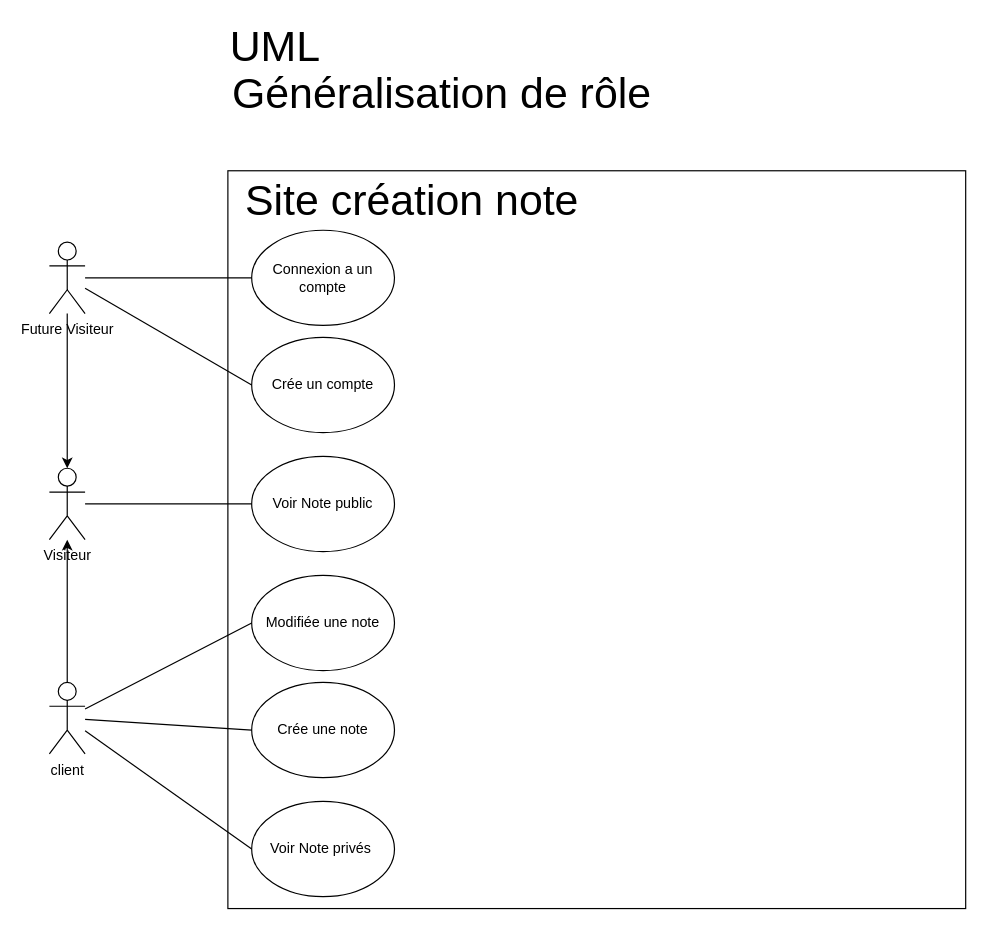
Earlier version of the draw.io diagram docs/uml generasilation de role.drawio (JulesZYTB/notefy_v2). Source tidied: cells renumbered, new cells numbered last; positions are measured from the earlier drawing's top-left corner, leaving out a move shared by most shapes. Both pictures are drawn from the tidied source at 119%, with x=0, y=0 at pixel (49, 27).
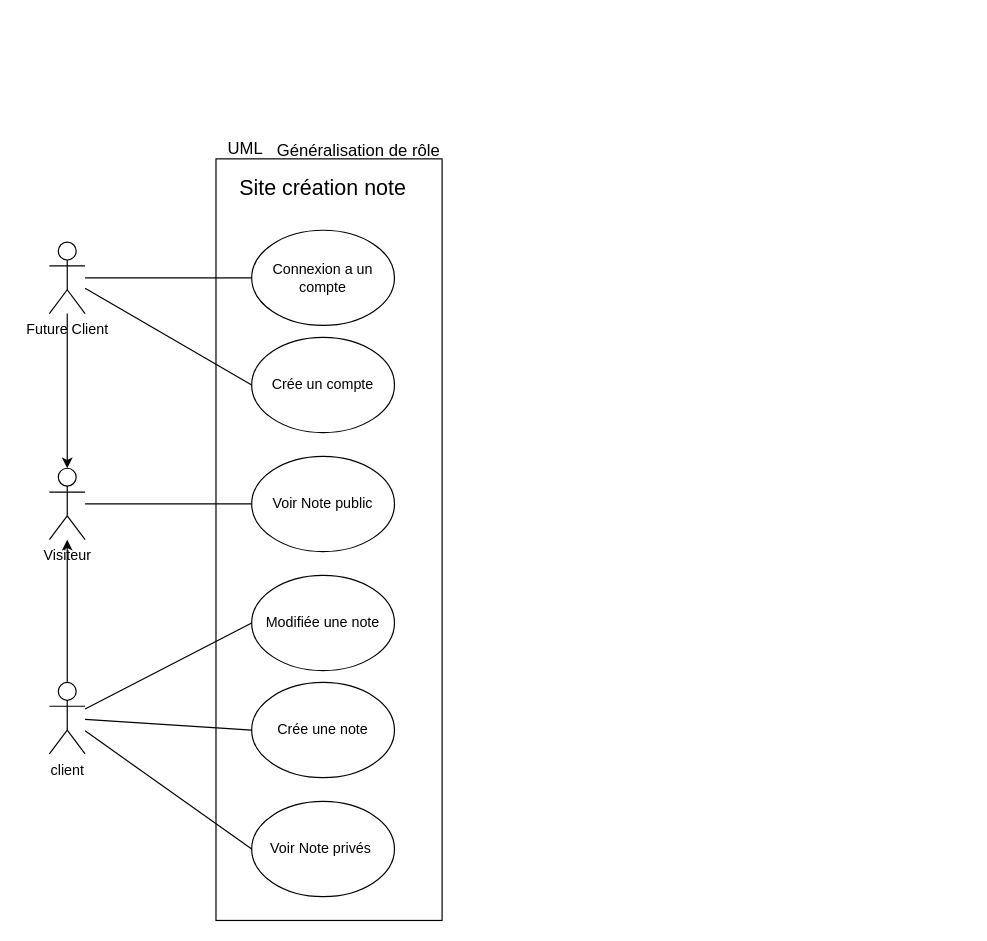
The same page after the edit.

Commit message (it also covers changes not shown here):
Modifictaion des deux UML dans docs

The edit, as a diff of the source:
```diff
@@
+    <mxCell id="23" style="rounded=0;whiteSpace=wrap;html=1;" parent="1" vertex="1">
+      <mxGeometry x="140" y="110" width="190" height="640" as="geometry" />
+    </mxCell>
@@
-    <mxCell id="3" value="Future Visiteur" style="shape=umlActor;verticalLabelPosition=bottom;verticalAlign=top;html=1;outlineConnect=0;" parent="1" vertex="1">
+    <mxCell id="3" value="Future Client" style="shape=umlActor;verticalLabelPosition=bottom;verticalAlign=top;html=1;outlineConnect=0;" parent="1" vertex="1">
       <mxGeometry y="180" width="30" height="60" as="geometry" />
     </mxCell>
-    <mxCell id="4" style="whiteSpace=wrap;html=1;" parent="1" vertex="1">
-      <mxGeometry x="150" y="120" width="620" height="620" as="geometry" />
-    </mxCell>
@@
-    <mxCell id="18" value="&lt;font style=&quot;font-size: 36px;&quot;&gt;Site création note&lt;/font&gt;" style="text;html=1;strokeColor=none;fillColor=none;align=center;verticalAlign=middle;whiteSpace=wrap;rounded=0;" parent="1" vertex="1">
-      <mxGeometry x="140" y="130" width="330" height="30" as="geometry" />
+    <mxCell id="18" value="&lt;font style=&quot;font-size: 18px;&quot;&gt;Site création note&lt;/font&gt;" style="text;html=1;strokeColor=none;fillColor=none;align=center;verticalAlign=middle;whiteSpace=wrap;rounded=0;" parent="1" vertex="1">
+      <mxGeometry x="145" y="120" width="170" height="30" as="geometry" />
     </mxCell>
@@
-    <mxCell id="21" value="Généralisation de rôle" style="text;html=1;strokeColor=none;fillColor=none;align=center;verticalAlign=middle;whiteSpace=wrap;rounded=0;fontSize=36;" parent="1" vertex="1">
-      <mxGeometry x="140" y="40" width="380" height="30" as="geometry" />
+    <mxCell id="21" value="&lt;font style=&quot;font-size: 14px;&quot;&gt;Généralisation de rôle&lt;/font&gt;" style="text;html=1;strokeColor=none;fillColor=none;align=center;verticalAlign=middle;whiteSpace=wrap;rounded=0;fontSize=36;" parent="1" vertex="1">
+      <mxGeometry x="185" y="80" width="150" height="30" as="geometry" />
     </mxCell>
-    <mxCell id="22" value="UML" style="text;html=1;strokeColor=none;fillColor=none;align=center;verticalAlign=middle;whiteSpace=wrap;rounded=0;fontSize=36;" parent="1" vertex="1">
-      <mxGeometry x="160" width="60" height="30" as="geometry" />
+    <mxCell id="22" value="&lt;font style=&quot;font-size: 14px;&quot;&gt;UML&lt;/font&gt;" style="text;html=1;strokeColor=none;fillColor=none;align=center;verticalAlign=middle;whiteSpace=wrap;rounded=0;fontSize=36;" parent="1" vertex="1">
+      <mxGeometry x="135" y="85" width="60" height="15" as="geometry" />
     </mxCell>
```
